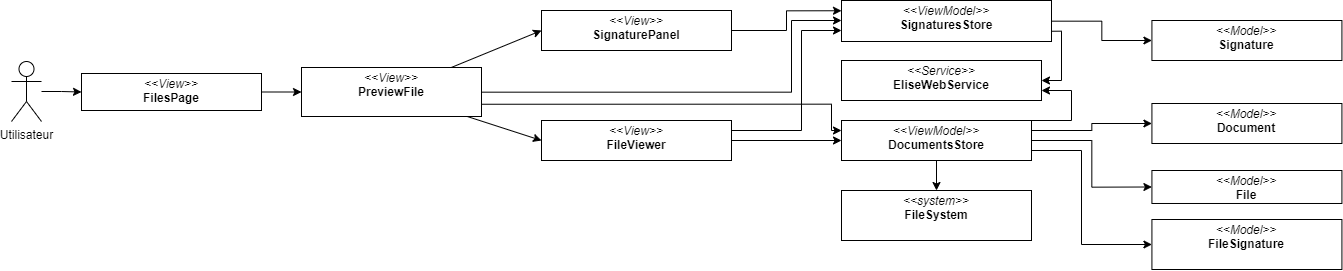
The draw.io diagram images_pfe/dca_sprint4.png in PFE-Neoledge-2023/rapport, before a commit. Source tidied: cells renumbered, new cells last; positions are measured from the earlier drawing's top-left corner, leaving out a move shared by most shapes.
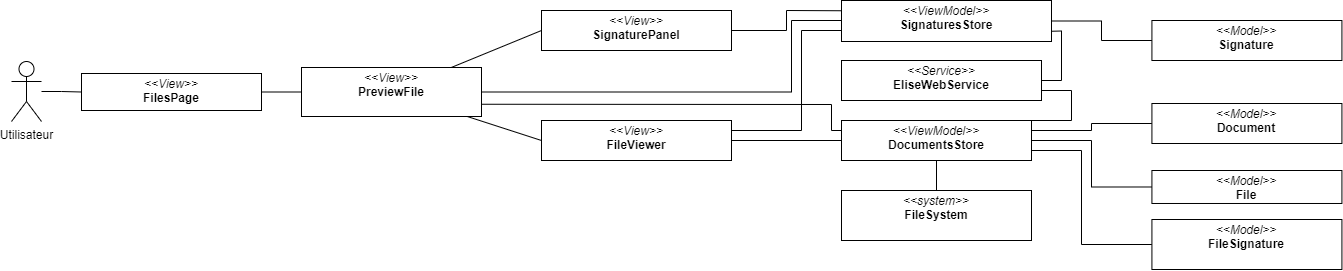
The same diagram one commit later.

The edit, as a diff of the source:
```diff
@@ -2,19 +2,19 @@
   <root>
     <mxCell id="0" />
     <mxCell id="1" parent="0" />
-    <mxCell id="2" style="edgeStyle=orthogonalEdgeStyle;rounded=0;jettySize=auto;html=1;entryX=0;entryY=0.5;entryDx=0;entryDy=0;" parent="1" edge="1" source="3" target="5">
+    <mxCell id="2" style="edgeStyle=orthogonalEdgeStyle;rounded=0;jettySize=auto;html=1;entryX=0;entryY=0.5;entryDx=0;entryDy=0;endArrow=none;endFill=0;" parent="1" edge="1" source="3" target="5">
       <mxGeometry relative="1" as="geometry" />
     </mxCell>
     <mxCell id="3" value="Utilisateur" style="shape=umlActor;verticalLabelPosition=bottom;verticalAlign=top;html=1;outlineConnect=0;" parent="1" vertex="1">
       <mxGeometry y="61" width="30" height="60" as="geometry" />
     </mxCell>
-    <mxCell id="4" style="edgeStyle=none;html=1;entryX=0;entryY=0.5;entryDx=0;entryDy=0;" parent="1" edge="1" source="5" target="17">
+    <mxCell id="4" style="edgeStyle=none;html=1;entryX=0;entryY=0.5;entryDx=0;entryDy=0;endArrow=none;endFill=0;" parent="1" edge="1" source="5" target="17">
       <mxGeometry relative="1" as="geometry" />
     </mxCell>
     <mxCell id="5" value="&lt;p style=&quot;margin:0px;margin-top:4px;text-align:center;&quot;&gt;&lt;i&gt;&amp;lt;&amp;lt;View&amp;gt;&amp;gt;&lt;/i&gt;&lt;br&gt;&lt;b&gt;FilesPage&lt;/b&gt;&lt;/p&gt;&lt;p style=&quot;border-color: var(--border-color); margin: 0px 0px 0px 4px;&quot;&gt;&lt;br&gt;&lt;/p&gt;" style="verticalAlign=top;align=left;overflow=fill;fontSize=12;fontFamily=Helvetica;html=1;whiteSpace=wrap;" parent="1" vertex="1">
       <mxGeometry x="70" y="73" width="180" height="37" as="geometry" />
     </mxCell>
-    <mxCell id="6" style="edgeStyle=orthogonalEdgeStyle;rounded=0;html=1;entryX=0;entryY=0.5;entryDx=0;entryDy=0;exitX=1;exitY=0.75;exitDx=0;exitDy=0;" parent="1" edge="1" source="11" target="23">
+    <mxCell id="6" style="edgeStyle=orthogonalEdgeStyle;rounded=0;html=1;entryX=0;entryY=0.5;entryDx=0;entryDy=0;exitX=1;exitY=0.75;exitDx=0;exitDy=0;endArrow=none;endFill=0;" parent="1" edge="1" source="11" target="23">
       <mxGeometry relative="1" as="geometry">
         <Array as="points">
           <mxPoint x="1070" y="150" />
@@ -22,10 +22,10 @@
         </Array>
       </mxGeometry>
     </mxCell>
-    <mxCell id="7" style="edgeStyle=orthogonalEdgeStyle;rounded=0;html=1;entryX=0;entryY=0.5;entryDx=0;entryDy=0;exitX=1;exitY=0.25;exitDx=0;exitDy=0;" parent="1" edge="1" source="11" target="27">
+    <mxCell id="7" style="edgeStyle=orthogonalEdgeStyle;rounded=0;html=1;entryX=0;entryY=0.5;entryDx=0;entryDy=0;exitX=1;exitY=0.25;exitDx=0;exitDy=0;endArrow=none;endFill=0;" parent="1" edge="1" source="11" target="27">
       <mxGeometry relative="1" as="geometry" />
     </mxCell>
-    <mxCell id="8" style="edgeStyle=orthogonalEdgeStyle;rounded=0;html=1;exitX=1;exitY=0;exitDx=0;exitDy=0;entryX=1;entryY=0.75;entryDx=0;entryDy=0;" parent="1" edge="1" source="11" target="28">
+    <mxCell id="8" style="edgeStyle=orthogonalEdgeStyle;rounded=0;html=1;exitX=1;exitY=0;exitDx=0;exitDy=0;entryX=1;entryY=0.75;entryDx=0;entryDy=0;endArrow=none;endFill=0;" parent="1" edge="1" source="11" target="28">
       <mxGeometry relative="1" as="geometry">
         <Array as="points">
           <mxPoint x="1060" y="120" />
@@ -33,10 +33,10 @@
         </Array>
       </mxGeometry>
     </mxCell>
-    <mxCell id="9" style="edgeStyle=orthogonalEdgeStyle;rounded=0;html=1;entryX=0.5;entryY=0;entryDx=0;entryDy=0;" parent="1" edge="1" source="11" target="29">
+    <mxCell id="9" style="edgeStyle=orthogonalEdgeStyle;rounded=0;html=1;entryX=0.5;entryY=0;entryDx=0;entryDy=0;endArrow=none;endFill=0;" parent="1" edge="1" source="11" target="29">
       <mxGeometry relative="1" as="geometry" />
     </mxCell>
-    <mxCell id="10" style="edgeStyle=orthogonalEdgeStyle;rounded=0;html=1;exitX=1;exitY=0.5;exitDx=0;exitDy=0;entryX=0;entryY=0.5;entryDx=0;entryDy=0;" parent="1" edge="1" source="11" target="30">
+    <mxCell id="10" style="edgeStyle=orthogonalEdgeStyle;rounded=0;html=1;exitX=1;exitY=0.5;exitDx=0;exitDy=0;entryX=0;entryY=0.5;entryDx=0;entryDy=0;endArrow=none;endFill=0;" parent="1" edge="1" source="11" target="30">
       <mxGeometry relative="1" as="geometry" />
     </mxCell>
     <mxCell id="11" value="&lt;p style=&quot;margin:0px;margin-top:4px;text-align:center;&quot;&gt;&lt;i&gt;&amp;lt;&amp;lt;ViewModel&amp;gt;&amp;gt;&lt;/i&gt;&lt;br&gt;&lt;b&gt;DocumentsStore&lt;/b&gt;&lt;/p&gt;&lt;div&gt;&lt;br&gt;&lt;/div&gt;" style="verticalAlign=top;align=left;overflow=fill;fontSize=12;fontFamily=Helvetica;html=1;whiteSpace=wrap;" parent="1" vertex="1">
@@ -45,13 +45,13 @@
     <mxCell id="12" value="&lt;p style=&quot;margin:0px;margin-top:4px;text-align:center;&quot;&gt;&lt;i&gt;&amp;lt;&amp;lt;Model&amp;gt;&amp;gt;&lt;/i&gt;&lt;br&gt;&lt;b&gt;Signature&lt;/b&gt;&lt;/p&gt;&lt;p style=&quot;margin:0px;margin-left:4px;&quot;&gt;&lt;br&gt;&lt;/p&gt;" style="verticalAlign=top;align=left;overflow=fill;fontSize=12;fontFamily=Helvetica;html=1;whiteSpace=wrap;" parent="1" vertex="1">
       <mxGeometry x="1140.4" y="20" width="190" height="40" as="geometry" />
     </mxCell>
-    <mxCell id="13" style="edgeStyle=none;html=1;entryX=0;entryY=0.5;entryDx=0;entryDy=0;" parent="1" edge="1" source="17" target="20">
+    <mxCell id="13" style="edgeStyle=none;html=1;entryX=0;entryY=0.5;entryDx=0;entryDy=0;endArrow=none;endFill=0;" parent="1" edge="1" source="17" target="20">
       <mxGeometry relative="1" as="geometry" />
     </mxCell>
-    <mxCell id="14" style="edgeStyle=none;html=1;entryX=0;entryY=0.5;entryDx=0;entryDy=0;" parent="1" edge="1" source="17" target="22">
+    <mxCell id="14" style="edgeStyle=none;html=1;entryX=0;entryY=0.5;entryDx=0;entryDy=0;endArrow=none;endFill=0;" parent="1" edge="1" source="17" target="22">
       <mxGeometry relative="1" as="geometry" />
     </mxCell>
-    <mxCell id="15" style="edgeStyle=orthogonalEdgeStyle;rounded=0;html=1;entryX=0;entryY=0.5;entryDx=0;entryDy=0;" parent="1" edge="1" source="17" target="26">
+    <mxCell id="15" style="edgeStyle=orthogonalEdgeStyle;rounded=0;html=1;entryX=0;entryY=0.5;entryDx=0;entryDy=0;endArrow=none;endFill=0;" parent="1" edge="1" source="17" target="26">
       <mxGeometry relative="1" as="geometry">
         <Array as="points">
           <mxPoint x="780" y="92" />
@@ -60,7 +60,7 @@
         </Array>
       </mxGeometry>
     </mxCell>
-    <mxCell id="16" style="edgeStyle=orthogonalEdgeStyle;rounded=0;html=1;exitX=1;exitY=0.75;exitDx=0;exitDy=0;entryX=0;entryY=0.25;entryDx=0;entryDy=0;" parent="1" edge="1" source="17" target="11">
+    <mxCell id="16" style="edgeStyle=orthogonalEdgeStyle;rounded=0;html=1;exitX=1;exitY=0.75;exitDx=0;exitDy=0;entryX=0;entryY=0.25;entryDx=0;entryDy=0;endArrow=none;endFill=0;" parent="1" edge="1" source="17" target="11">
       <mxGeometry relative="1" as="geometry">
         <Array as="points">
           <mxPoint x="820" y="104" />
@@ -71,10 +71,10 @@
     <mxCell id="17" value="&lt;p style=&quot;margin:0px;margin-top:4px;text-align:center;&quot;&gt;&lt;i&gt;&amp;lt;&amp;lt;View&amp;gt;&amp;gt;&lt;/i&gt;&lt;br&gt;&lt;b&gt;PreviewFile&lt;br&gt;&lt;/b&gt;&lt;/p&gt;" style="verticalAlign=top;align=left;overflow=fill;fontSize=12;fontFamily=Helvetica;html=1;whiteSpace=wrap;" parent="1" vertex="1">
       <mxGeometry x="290" y="67" width="180" height="49" as="geometry" />
     </mxCell>
-    <mxCell id="18" style="edgeStyle=orthogonalEdgeStyle;rounded=0;html=1;entryX=0;entryY=0.5;entryDx=0;entryDy=0;" parent="1" edge="1" source="20" target="11">
+    <mxCell id="18" style="edgeStyle=orthogonalEdgeStyle;rounded=0;html=1;entryX=0;entryY=0.5;entryDx=0;entryDy=0;endArrow=none;endFill=0;" parent="1" edge="1" source="20" target="11">
       <mxGeometry relative="1" as="geometry" />
     </mxCell>
-    <mxCell id="19" style="edgeStyle=orthogonalEdgeStyle;rounded=0;html=1;entryX=0;entryY=0.75;entryDx=0;entryDy=0;" parent="1" edge="1" source="20" target="26">
+    <mxCell id="19" style="edgeStyle=orthogonalEdgeStyle;rounded=0;html=1;entryX=0;entryY=0.75;entryDx=0;entryDy=0;endArrow=none;endFill=0;" parent="1" edge="1" source="20" target="26">
       <mxGeometry relative="1" as="geometry">
         <Array as="points">
           <mxPoint x="790" y="130" />
@@ -86,7 +86,7 @@
     <mxCell id="20" value="&lt;p style=&quot;margin:0px;margin-top:4px;text-align:center;&quot;&gt;&lt;i&gt;&amp;lt;&amp;lt;View&amp;gt;&amp;gt;&lt;/i&gt;&lt;br&gt;&lt;b&gt;FileViewer&lt;/b&gt;&lt;/p&gt;&lt;p style=&quot;border-color: var(--border-color); margin: 0px 0px 0px 4px;&quot;&gt;&lt;br&gt;&lt;/p&gt;" style="verticalAlign=top;align=left;overflow=fill;fontSize=12;fontFamily=Helvetica;html=1;whiteSpace=wrap;" parent="1" vertex="1">
       <mxGeometry x="530" y="120" width="190" height="40" as="geometry" />
     </mxCell>
-    <mxCell id="21" style="edgeStyle=orthogonalEdgeStyle;rounded=0;html=1;entryX=0;entryY=0.25;entryDx=0;entryDy=0;" parent="1" edge="1" source="22" target="26">
+    <mxCell id="21" style="edgeStyle=orthogonalEdgeStyle;rounded=0;html=1;entryX=0;entryY=0.25;entryDx=0;entryDy=0;endArrow=none;endFill=0;" parent="1" edge="1" source="22" target="26">
       <mxGeometry relative="1" as="geometry" />
     </mxCell>
     <mxCell id="22" value="&lt;p style=&quot;margin:0px;margin-top:4px;text-align:center;&quot;&gt;&lt;i&gt;&amp;lt;&amp;lt;View&amp;gt;&amp;gt;&lt;/i&gt;&lt;br&gt;&lt;b&gt;SignaturePanel&lt;/b&gt;&lt;br&gt;&lt;/p&gt;&lt;p style=&quot;border-color: var(--border-color); margin: 0px 0px 0px 4px;&quot;&gt;&lt;br&gt;&lt;/p&gt;" style="verticalAlign=top;align=left;overflow=fill;fontSize=12;fontFamily=Helvetica;html=1;whiteSpace=wrap;" parent="1" vertex="1">
@@ -95,10 +95,10 @@
     <mxCell id="23" value="&lt;p style=&quot;margin:0px;margin-top:4px;text-align:center;&quot;&gt;&lt;i&gt;&amp;lt;&amp;lt;Model&amp;gt;&amp;gt;&lt;/i&gt;&lt;br&gt;&lt;b&gt;FileSignature&lt;/b&gt;&lt;/p&gt;" style="verticalAlign=top;align=left;overflow=fill;fontSize=12;fontFamily=Helvetica;html=1;whiteSpace=wrap;" parent="1" vertex="1">
       <mxGeometry x="1140.4" y="219" width="190" height="50" as="geometry" />
     </mxCell>
-    <mxCell id="24" style="edgeStyle=orthogonalEdgeStyle;html=1;entryX=0;entryY=0.5;entryDx=0;entryDy=0;rounded=0;" parent="1" edge="1" source="26" target="12">
+    <mxCell id="24" style="edgeStyle=orthogonalEdgeStyle;html=1;entryX=0;entryY=0.5;entryDx=0;entryDy=0;rounded=0;endArrow=none;endFill=0;" parent="1" edge="1" source="26" target="12">
       <mxGeometry relative="1" as="geometry" />
     </mxCell>
-    <mxCell id="25" style="edgeStyle=orthogonalEdgeStyle;rounded=0;html=1;exitX=1;exitY=0.75;exitDx=0;exitDy=0;entryX=1;entryY=0.5;entryDx=0;entryDy=0;" parent="1" edge="1" source="26" target="28">
+    <mxCell id="25" style="edgeStyle=orthogonalEdgeStyle;rounded=0;html=1;exitX=1;exitY=0.75;exitDx=0;exitDy=0;entryX=1;entryY=0.5;entryDx=0;entryDy=0;endArrow=none;endFill=0;" parent="1" edge="1" source="26" target="28">
       <mxGeometry relative="1" as="geometry" />
     </mxCell>
     <mxCell id="26" value="&lt;p style=&quot;margin:0px;margin-top:4px;text-align:center;&quot;&gt;&lt;i&gt;&amp;lt;&amp;lt;ViewModel&amp;gt;&amp;gt;&lt;/i&gt;&lt;br&gt;&lt;b&gt;SignaturesStore&lt;/b&gt;&lt;/p&gt;&lt;p style=&quot;margin:0px;margin-left:4px;&quot;&gt;&lt;br&gt;&lt;/p&gt;" style="verticalAlign=top;align=left;overflow=fill;fontSize=12;fontFamily=Helvetica;html=1;whiteSpace=wrap;" parent="1" vertex="1">
```
